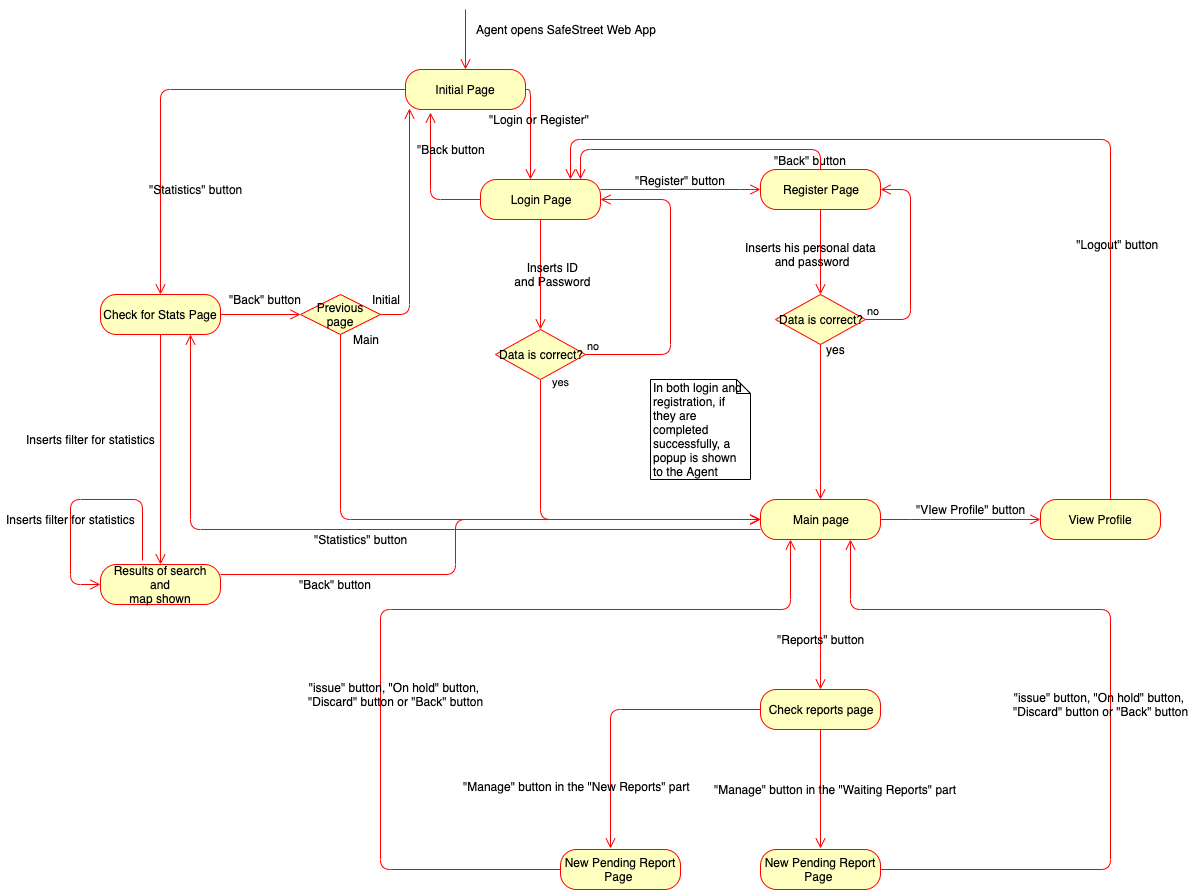
Before: DD/img/Activity_diagram_WebApp.png, a diagram exported from draw.io (SimoneSartoni/SoftwareEngineering2). Source tidied: cells renumbered, new cells last; positions are measured from the earlier drawing's top-left corner, leaving out a move shared by most shapes.
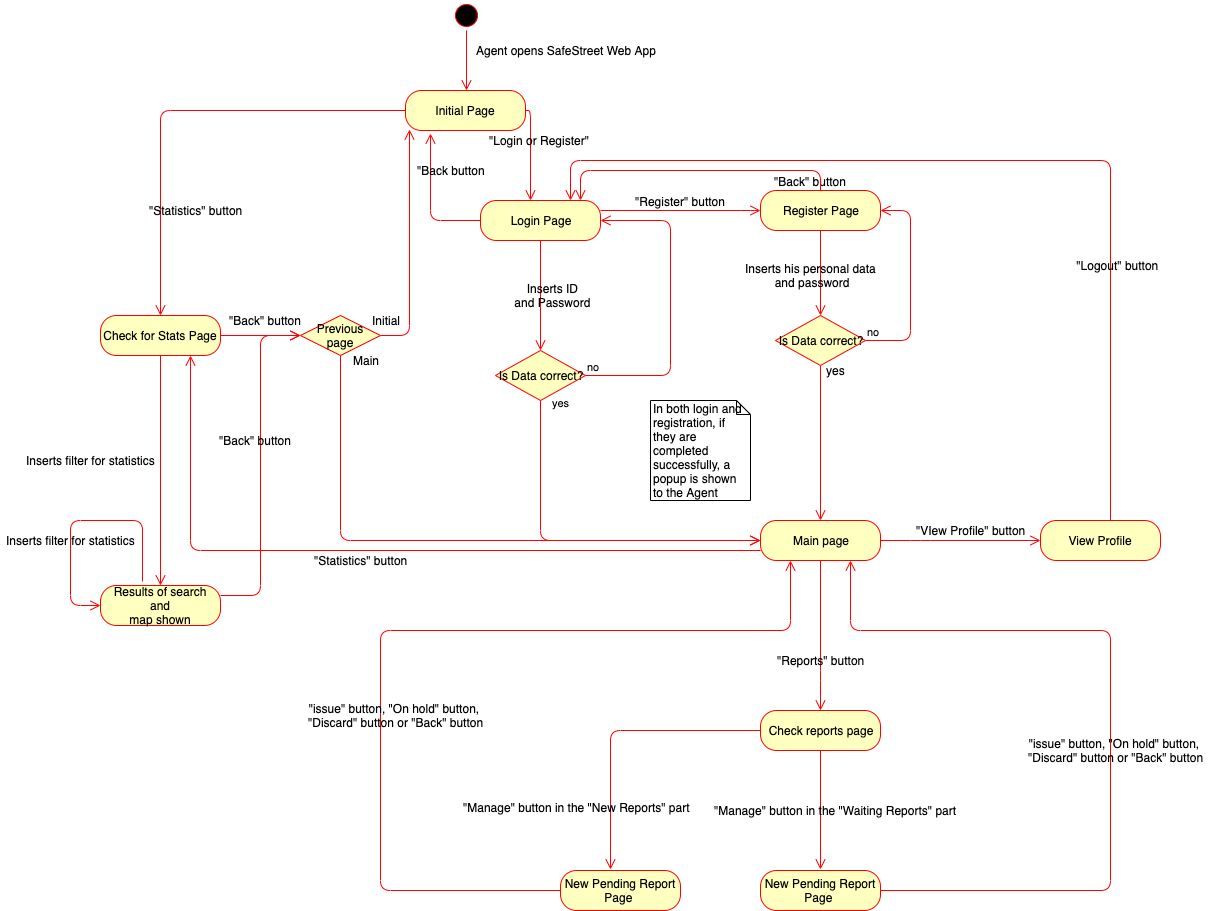
Later version of the same file.

What changed in the source:
```diff
@@ -15,12 +15,6 @@
     <mxCell id="4" value="Agent opens SafeStreet Web App" style="text;html=1;align=center;verticalAlign=middle;fillColor=none;strokeColor=none;rounded=0;" parent="1" vertex="1">
       <mxGeometry x="470" y="10" width="190" height="20" as="geometry" />
     </mxCell>
-    <mxCell id="5" style="edgeStyle=orthogonalEdgeStyle;html=1;verticalAlign=bottom;endArrow=open;endSize=8;strokeColor=#ff0000;" parent="1" edge="1">
-      <mxGeometry relative="1" as="geometry">
-        <mxPoint x="465" as="sourcePoint" />
-        <mxPoint x="465" y="60" as="targetPoint" />
-      </mxGeometry>
-    </mxCell>
     <mxCell id="6" style="edgeStyle=orthogonalEdgeStyle;html=1;verticalAlign=bottom;endArrow=open;endSize=8;strokeColor=#ff0000;exitX=1;exitY=0.5;exitDx=0;exitDy=0;" parent="1" edge="1" source="2">
       <mxGeometry relative="1" as="geometry">
         <mxPoint x="530" y="170" as="targetPoint" />
@@ -44,7 +38,7 @@
     <mxCell id="11" value="&quot;Login or Register&quot;&amp;nbsp;" style="text;html=1;align=center;verticalAlign=middle;fillColor=none;strokeColor=none;rounded=0;" parent="1" vertex="1">
       <mxGeometry x="480" y="100" width="120" height="20" as="geometry" />
     </mxCell>
-    <mxCell id="12" value="Data is correct?" style="rhombus;whiteSpace=wrap;html=1;fillColor=#ffffc0;strokeColor=#ff0000;" parent="1" vertex="1">
+    <mxCell id="12" value="Is Data correct?" style="rhombus;whiteSpace=wrap;html=1;fillColor=#ffffc0;strokeColor=#ff0000;" parent="1" vertex="1">
       <mxGeometry x="495" y="320" width="90" height="50" as="geometry" />
     </mxCell>
     <mxCell id="13" value="no" style="edgeStyle=orthogonalEdgeStyle;html=1;align=left;verticalAlign=bottom;endArrow=open;endSize=8;strokeColor=#ff0000;exitX=1;exitY=0.5;exitDx=0;exitDy=0;" parent="1" edge="1" source="12">
@@ -100,7 +94,7 @@
     <mxCell id="22" value="yes" style="text;html=1;align=center;verticalAlign=middle;" parent="1" vertex="1">
       <mxGeometry x="820" y="330" width="30" height="20" as="geometry" />
     </mxCell>
-    <mxCell id="23" value="Data is correct?" style="rhombus;whiteSpace=wrap;html=1;fillColor=#ffffc0;strokeColor=#ff0000;" parent="1" vertex="1">
+    <mxCell id="23" value="Is Data correct?" style="rhombus;whiteSpace=wrap;html=1;fillColor=#ffffc0;strokeColor=#ff0000;" parent="1" vertex="1">
       <mxGeometry x="775" y="285" width="90" height="50" as="geometry" />
     </mxCell>
     <mxCell id="24" style="edgeStyle=orthogonalEdgeStyle;html=1;verticalAlign=bottom;endArrow=open;endSize=8;strokeColor=#ff0000;exitX=0.5;exitY=1;exitDx=0;exitDy=0;" parent="1" edge="1" source="17" target="23">
@@ -226,17 +220,16 @@
         </Array>
       </mxGeometry>
     </mxCell>
-    <mxCell id="49" style="edgeStyle=orthogonalEdgeStyle;html=1;verticalAlign=bottom;endArrow=open;endSize=8;strokeColor=#ff0000;fontStyle=1;exitX=1;exitY=0.25;exitDx=0;exitDy=0;" parent="1" edge="1" source="46">
+    <mxCell id="49" style="edgeStyle=orthogonalEdgeStyle;html=1;verticalAlign=bottom;endArrow=open;endSize=8;strokeColor=#ff0000;fontStyle=1;exitX=1;exitY=0.25;exitDx=0;exitDy=0;entryX=0;entryY=0.5;entryDx=0;entryDy=0;" parent="1" edge="1" source="46" target="34">
       <mxGeometry relative="1" as="geometry">
-        <mxPoint x="760" y="510" as="targetPoint" />
         <Array as="points">
-          <mxPoint x="455" y="565" />
-          <mxPoint x="455" y="510" />
+          <mxPoint x="260" y="565" />
+          <mxPoint x="260" y="305" />
         </Array>
       </mxGeometry>
     </mxCell>
     <mxCell id="50" value="&quot;Back&quot; button" style="text;html=1;align=center;verticalAlign=middle;" parent="1" vertex="1">
-      <mxGeometry x="290" y="565" width="90" height="20" as="geometry" />
+      <mxGeometry x="210" y="400" width="90" height="20" as="geometry" />
     </mxCell>
     <mxCell id="51" style="edgeStyle=orthogonalEdgeStyle;html=1;verticalAlign=bottom;endArrow=open;endSize=8;strokeColor=#ff0000;" parent="1" edge="1">
       <mxGeometry relative="1" as="geometry">
@@ -311,7 +304,15 @@
       </mxGeometry>
     </mxCell>
     <mxCell id="64" value="&quot;issue&quot; button, &quot;On hold&quot; button, &lt;br&gt;&quot;Discard&quot; button or &quot;Back&quot; button" style="text;html=1;align=center;verticalAlign=middle;" parent="1" vertex="1">
-      <mxGeometry x="1005" y="680" width="190" height="30" as="geometry" />
+      <mxGeometry x="1020" y="705" width="190" height="30" as="geometry" />
     </mxCell>
+    <mxCell id="65" style="ellipse;html=1;shape=startState;fillColor=#000000;strokeColor=#ff0000;" parent="1" vertex="1">
+      <mxGeometry x="451" y="-30" width="30" height="30" as="geometry" />
+    </mxCell>
+    <mxCell id="66" style="edgeStyle=orthogonalEdgeStyle;html=1;verticalAlign=bottom;endArrow=open;endSize=8;strokeColor=#ff0000;" parent="1" edge="1" source="65">
+      <mxGeometry relative="1" as="geometry">
+        <mxPoint x="466" y="60" as="targetPoint" />
+      </mxGeometry>
+    </mxCell>
   </root>
 </mxGraphModel>
```
